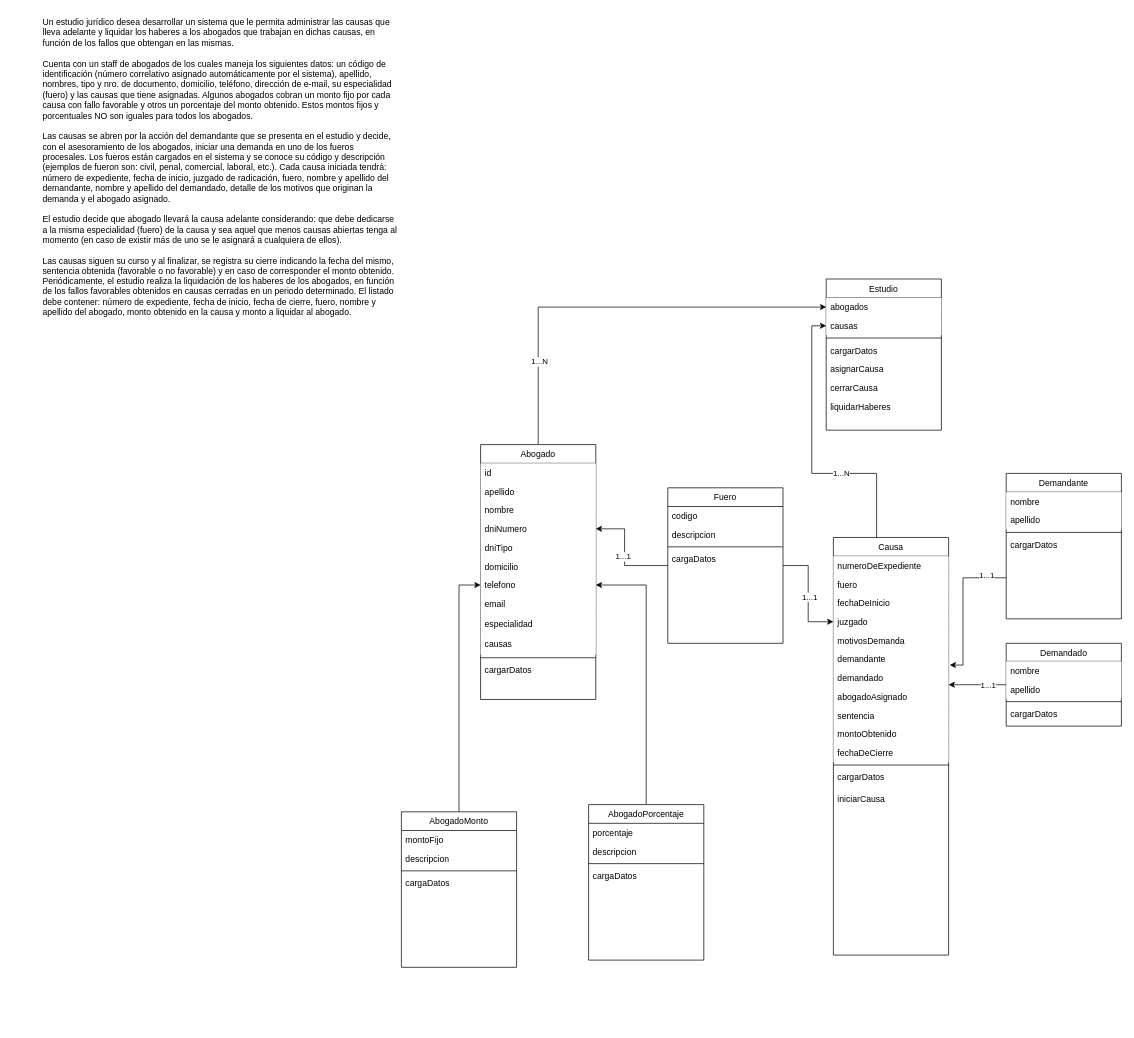
Earlier version of the draw.io diagram Diagrama sin título.drawio (cuerojr/tp-1-ayed). Source tidied: cells renumbered, new cells numbered last; positions are measured from the earlier drawing's top-left corner, leaving out a move shared by most shapes. Both pictures are drawn from the tidied source at 72%, with x=0, y=0 at pixel (41, 12).
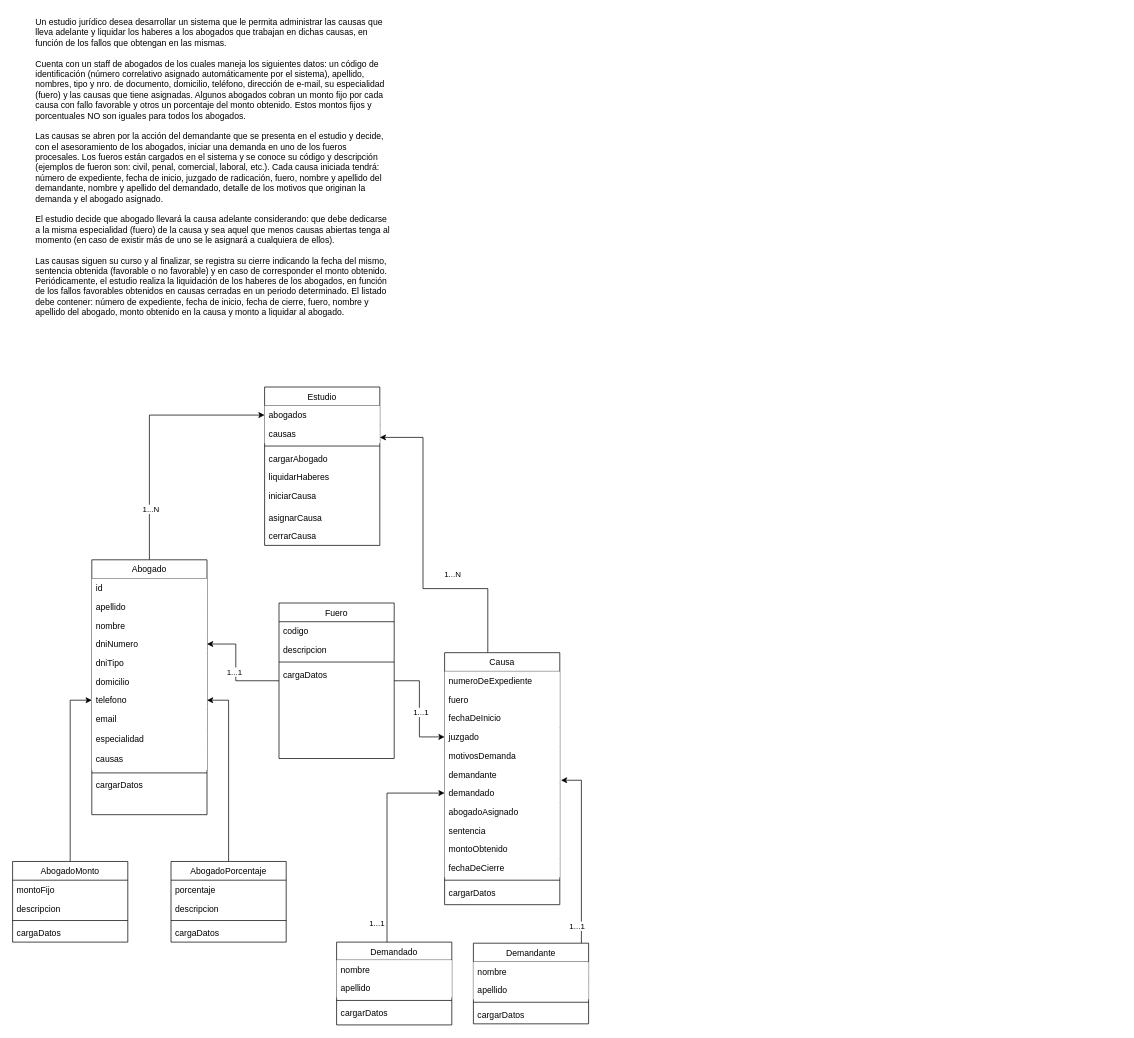
After the change.

The change refers to these unchanged cells:
```xml
<mxCell id="14" value="causas" style="text;align=left;verticalAlign=top;spacingLeft=4;spacingRight=4;overflow=hidden;points=[[0,0.5],[1,0.5]];portConstraint=eastwest;rounded=0;shadow=0;html=0;fillColor=#FFFFFF;" parent="12" vertex="1">
  <mxGeometry y="52" width="160" height="26" as="geometry" />
</mxCell>
<mxCell id="26" value="dniNumero" style="text;align=left;verticalAlign=top;spacingLeft=4;spacingRight=4;overflow=hidden;points=[[0,0.5],[1,0.5]];portConstraint=eastwest;rounded=0;shadow=0;html=0;fillColor=#FFFFFF;" parent="22" vertex="1">
  <mxGeometry y="104" width="160" height="26" as="geometry" />
</mxCell>
<mxCell id="43" value="demandante" style="text;align=left;verticalAlign=top;spacingLeft=4;spacingRight=4;overflow=hidden;points=[[0,0.5],[1,0.5]];portConstraint=eastwest;rounded=0;shadow=0;html=0;fillColor=#FFFFFF;" parent="37" vertex="1">
  <mxGeometry y="156" width="160" height="26" as="geometry" />
</mxCell>
<mxCell id="44" value="demandado" style="text;align=left;verticalAlign=top;spacingLeft=4;spacingRight=4;overflow=hidden;points=[[0,0.5],[1,0.5]];portConstraint=eastwest;rounded=0;shadow=0;html=0;fillColor=#FFFFFF;" parent="37" vertex="1">
  <mxGeometry y="182" width="160" height="26" as="geometry" />
</mxCell>
```

Diff of the diagram source:
```diff
@@
     <mxCell id="2" style="edgeStyle=orthogonalEdgeStyle;rounded=0;jettySize=auto;html=1;" parent="1" edge="1" source="6" target="26">
       <mxGeometry relative="1" as="geometry">
         <Array as="points">
-          <mxPoint x="810" y="768" />
-          <mxPoint x="810" y="717" />
+          <mxPoint x="270" y="928" />
+          <mxPoint x="270" y="877" />
         </Array>
       </mxGeometry>
     </mxCell>
@@
     <mxCell id="6" value="Fuero" style="swimlane;fontStyle=0;align=center;verticalAlign=top;horizontal=1;startSize=26;rounded=0;shadow=0;strokeWidth=1;" parent="1" vertex="1">
-      <mxGeometry x="870" y="660" width="160" height="216" as="geometry" />
+      <mxGeometry x="330" y="820" width="160" height="216" as="geometry" />
     </mxCell>
@@
     <mxCell id="11" value="Un estudio jurídico desea desarrollar un sistema que le permita administrar las causas que&lt;br&gt;lleva adelante y liquidar los haberes a los abogados que trabajan en dichas causas, en&lt;br&gt;función de los fallos que obtengan en las mismas.&lt;div&gt;&lt;br&gt;Cuenta con un staff de abogados de los cuales maneja los siguientes datos: un código de&lt;br&gt;identificación (número correlativo asignado automáticamente por el sistema), apellido,&lt;br&gt;nombres, tipo y nro. de documento, domicilio, teléfono, dirección de e-mail, su especialidad&lt;br&gt;(fuero) y las causas que tiene asignadas. Algunos abogados cobran un monto fijo por cada&lt;br&gt;causa con fallo favorable y otros un porcentaje del monto obtenido. Estos montos fijos y&lt;br&gt;porcentuales NO son iguales para todos los abogados.&lt;br&gt;&lt;br&gt;&lt;/div&gt;&lt;div&gt;Las causas se abren por la acción del demandante que se presenta en el estudio y decide,&lt;br&gt;con el asesoramiento de los abogados, iniciar una demanda en uno de los fueros&lt;br&gt;procesales. Los fueros están cargados en el sistema y se conoce su código y descripción&lt;br&gt;(ejemplos de fueron son: civil, penal, comercial, laboral, etc.). Cada causa iniciada tendrá:&lt;br&gt;número de expediente, fecha de inicio, juzgado de radicación, fuero, nombre y apellido del&lt;br&gt;demandante, nombre y apellido del demandado, detalle de los motivos que originan la&lt;br&gt;demanda y el abogado asignado.&lt;br&gt;&lt;br&gt;&lt;/div&gt;&lt;div&gt;El estudio decide que abogado llevará la causa adelante considerando: que debe dedicarse&lt;br&gt;a la misma especialidad (fuero) de la causa y sea aquel que menos causas abiertas tenga al&lt;br&gt;momento (en caso de existir más de uno se le asignará a cualquiera de ellos).&lt;br&gt;&lt;br&gt;&lt;/div&gt;&lt;div&gt;Las causas siguen su curso y al finalizar, se registra su cierre indicando la fecha del mismo,&lt;br&gt;sentencia obtenida (favorable o no favorable) y en caso de corresponder el monto obtenido.&lt;br&gt;Periódicamente, el estudio realiza la liquidación de los haberes de los abogados, en función&lt;br&gt;de los fallos favorables obtenidos en causas cerradas en un periodo determinado. El listado&lt;br&gt;debe contener: número de expediente, fecha de inicio, fecha de cierre, fuero, nombre y&lt;br&gt;apellido del abogado, monto obtenido en la causa y monto a liquidar al abogado.&lt;/div&gt;" style="text;whiteSpace=wrap;html=1;" parent="1" vertex="1">
-      <mxGeometry width="540" height="460" as="geometry" />
+      <mxGeometry x="-10" width="510" height="440" as="geometry" />
     </mxCell>
     <mxCell id="12" value="Estudio" style="swimlane;fontStyle=0;align=center;verticalAlign=top;horizontal=1;startSize=26;rounded=0;shadow=0;strokeWidth=1;" parent="1" vertex="1">
-      <mxGeometry x="1090" y="370" width="160" height="210" as="geometry" />
+      <mxGeometry x="310" y="520" width="160" height="220" as="geometry" />
     </mxCell>
@@
-    <mxCell id="16" value="cargarDatos" style="text;align=left;verticalAlign=top;spacingLeft=4;spacingRight=4;overflow=hidden;" parent="12" vertex="1">
+    <mxCell id="16" value="cargarAbogado" style="text;align=left;verticalAlign=top;spacingLeft=4;spacingRight=4;overflow=hidden;" parent="12" vertex="1">
       <mxGeometry y="86" width="160" height="26" as="geometry" />
     </mxCell>
+    <mxCell id="19" value="liquidarHaberes" style="text;align=left;verticalAlign=top;spacingLeft=4;spacingRight=4;overflow=hidden;" parent="12" vertex="1">
+      <mxGeometry y="112" width="160" height="26" as="geometry" />
+    </mxCell>
+    <mxCell id="51" value="iniciarCausa" style="text;align=left;verticalAlign=top;spacingLeft=4;spacingRight=4;overflow=hidden;" parent="12" vertex="1">
+      <mxGeometry y="138" width="160" height="30" as="geometry" />
+    </mxCell>
     <mxCell id="17" value="asignarCausa" style="text;align=left;verticalAlign=top;spacingLeft=4;spacingRight=4;overflow=hidden;" parent="12" vertex="1">
-      <mxGeometry y="112" width="160" height="26" as="geometry" />
+      <mxGeometry y="168" width="160" height="26" as="geometry" />
     </mxCell>
     <mxCell id="18" value="cerrarCausa" style="text;align=left;verticalAlign=top;spacingLeft=4;spacingRight=4;overflow=hidden;" parent="12" vertex="1">
-      <mxGeometry y="138" width="160" height="26" as="geometry" />
+      <mxGeometry y="194" width="160" height="26" as="geometry" />
     </mxCell>
-    <mxCell id="19" value="liquidarHaberes" style="text;align=left;verticalAlign=top;spacingLeft=4;spacingRight=4;overflow=hidden;" parent="12" vertex="1">
-      <mxGeometry y="164" width="160" height="26" as="geometry" />
-    </mxCell>
@@
     <mxCell id="22" value="Abogado" style="swimlane;fontStyle=0;align=center;verticalAlign=top;horizontal=1;startSize=26;rounded=0;shadow=0;strokeWidth=1;fillColor=#FFFFFF;" parent="1" vertex="1">
-      <mxGeometry x="610" y="600" width="160" height="354" as="geometry" />
+      <mxGeometry x="70" y="760" width="160" height="354" as="geometry" />
     </mxCell>
@@
-    <mxCell id="35" style="edgeStyle=orthogonalEdgeStyle;rounded=0;jettySize=auto;html=1;entryX=0;entryY=0.5;entryDx=0;entryDy=0;" parent="1" edge="1" source="37" target="14">
+    <mxCell id="35" style="edgeStyle=orthogonalEdgeStyle;rounded=0;jettySize=auto;html=1;" parent="1" edge="1" source="37" target="14">
       <mxGeometry relative="1" as="geometry">
         <Array as="points">
-          <mxPoint x="1160" y="640" />
-          <mxPoint x="1070" y="640" />
-          <mxPoint x="1070" y="435" />
+          <mxPoint x="620" y="800" />
+          <mxPoint x="530" y="800" />
+          <mxPoint x="530" y="590" />
         </Array>
       </mxGeometry>
     </mxCell>
@@
     <mxCell id="37" value="Causa" style="swimlane;fontStyle=0;align=center;verticalAlign=top;horizontal=1;startSize=26;rounded=0;shadow=0;strokeWidth=1;" parent="1" vertex="1">
-      <mxGeometry x="1100" y="729" width="160" height="580" as="geometry" />
+      <mxGeometry x="560" y="889" width="160" height="350" as="geometry" />
     </mxCell>
@@
-    <mxCell id="51" value="iniciarCausa" style="text;align=left;verticalAlign=top;spacingLeft=4;spacingRight=4;overflow=hidden;" parent="37" vertex="1">
-      <mxGeometry y="350" width="160" height="30" as="geometry" />
-    </mxCell>
     <mxCell id="52" style="edgeStyle=orthogonalEdgeStyle;rounded=0;jettySize=auto;html=1;" parent="1" edge="1" source="56" target="44">
       <mxGeometry relative="1" as="geometry">
         <Array as="points">
-          <mxPoint x="1270" y="934" />
-          <mxPoint x="1270" y="934" />
+          <mxPoint x="480" y="1084" />
         </Array>
       </mxGeometry>
     </mxCell>
@@
     <mxCell id="54" style="edgeStyle=orthogonalEdgeStyle;rounded=0;jettySize=auto;html=1;entryX=1.01;entryY=0.814;entryDx=0;entryDy=0;entryPerimeter=0;" parent="1" edge="1" source="61" target="43">
       <mxGeometry relative="1" as="geometry">
         <Array as="points">
-          <mxPoint x="1280" y="785" />
-          <mxPoint x="1280" y="906" />
+          <mxPoint x="750" y="1066" />
         </Array>
       </mxGeometry>
     </mxCell>
@@
     <mxCell id="56" value="Demandado" style="swimlane;fontStyle=0;align=center;verticalAlign=top;horizontal=1;startSize=25;rounded=0;shadow=0;strokeWidth=1;fillColor=#FFFFFF;" parent="1" vertex="1">
-      <mxGeometry x="1340" y="876" width="160" height="115" as="geometry" />
+      <mxGeometry x="410" y="1291" width="160" height="115" as="geometry" />
     </mxCell>
@@
     <mxCell id="61" value="Demandante" style="swimlane;fontStyle=0;align=center;verticalAlign=top;horizontal=1;startSize=26;rounded=0;shadow=0;strokeWidth=1;fillColor=#FFFFFF;" parent="1" vertex="1">
-      <mxGeometry x="1340" y="640" width="160" height="202" as="geometry" />
+      <mxGeometry x="600" y="1292.5" width="160" height="112" as="geometry" />
     </mxCell>
@@
     <mxCell id="67" value="AbogadoMonto" style="swimlane;fontStyle=0;align=center;verticalAlign=top;horizontal=1;startSize=26;rounded=0;shadow=0;strokeWidth=1;" parent="1" vertex="1">
-      <mxGeometry x="500" y="1110" width="160" height="216" as="geometry" />
+      <mxGeometry x="-40" y="1179" width="160" height="112" as="geometry" />
     </mxCell>
@@
     <mxCell id="73" value="AbogadoPorcentaje" style="swimlane;fontStyle=0;align=center;verticalAlign=top;horizontal=1;startSize=26;rounded=0;shadow=0;strokeWidth=1;" parent="1" vertex="1">
-      <mxGeometry x="760" y="1100" width="160" height="216" as="geometry" />
+      <mxGeometry x="180" y="1179" width="160" height="112" as="geometry" />
     </mxCell>
```
